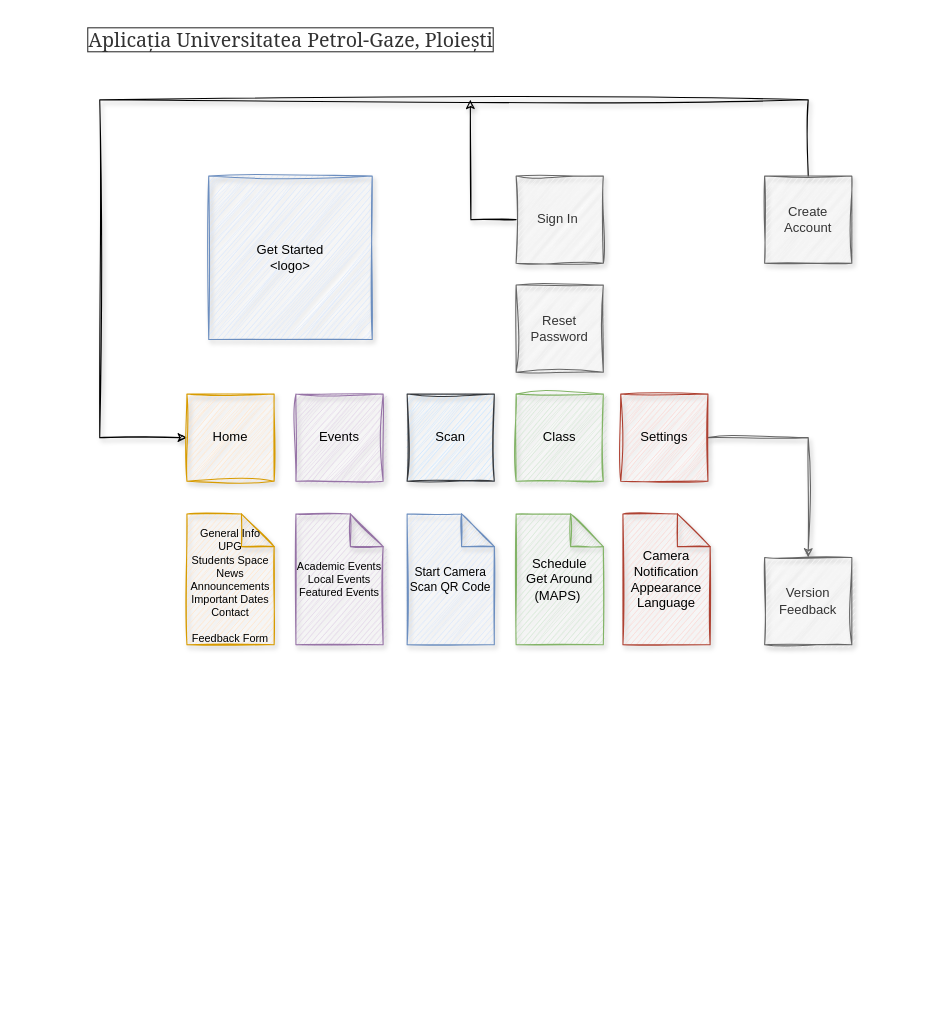
Earlier version of the draw.io diagram UPG.drawio (drak0niii/UPG). Source tidied: cells renumbered, new cells numbered last; positions are measured from the earlier drawing's top-left corner, leaving out a move shared by most shapes. Both pictures are drawn from the tidied source at 109%, with x=0, y=0 at pixel (88, 23).
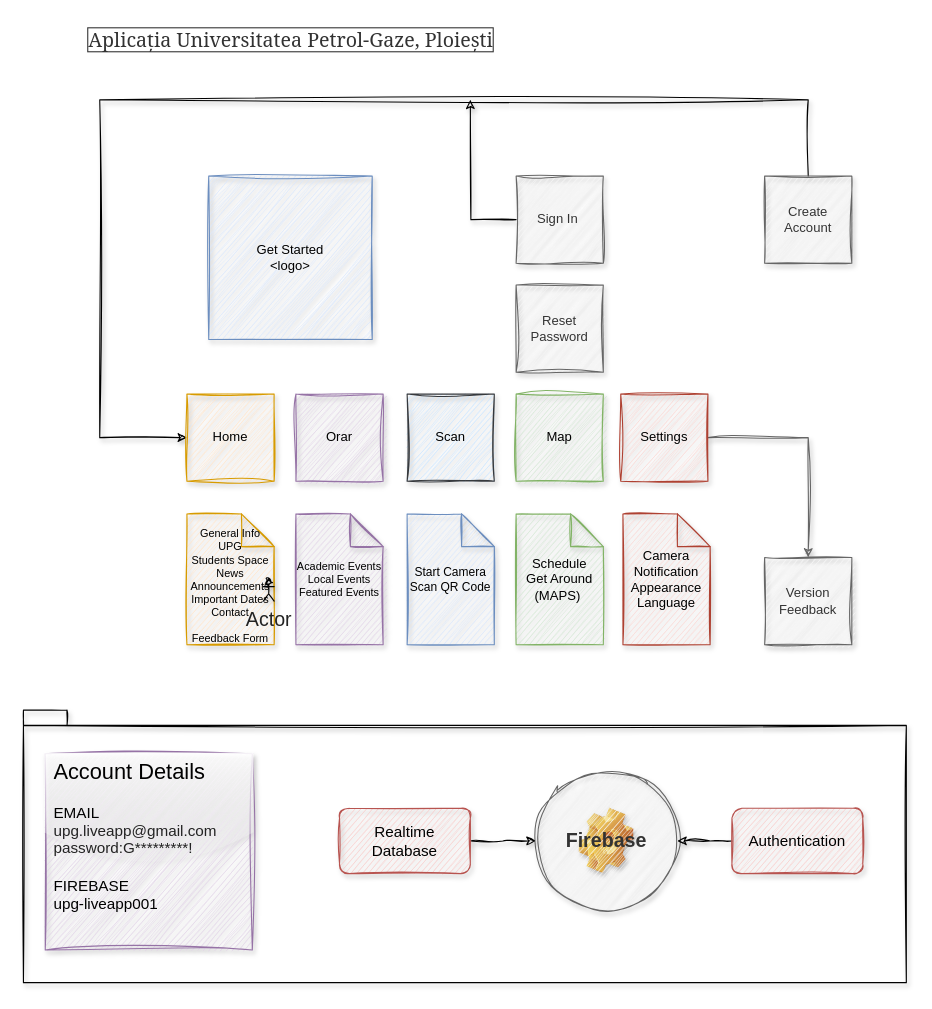
After the change.

The edit, as a diff of the source:
```diff
@@
-    <mxCell id="2" value="Class" style="whiteSpace=wrap;html=1;shadow=1;sketch=1;curveFitting=1;jiggle=2;fillColor=#d5e8d4;strokeColor=#82b366;" parent="1" vertex="1">
+    <mxCell id="2" value="Map" style="whiteSpace=wrap;html=1;shadow=1;sketch=1;curveFitting=1;jiggle=2;fillColor=#d5e8d4;strokeColor=#82b366;" parent="1" vertex="1">
       <mxGeometry x="392" y="340" width="80" height="80" as="geometry" />
     </mxCell>
@@
-    <mxCell id="11" value="Events" style="whiteSpace=wrap;html=1;shadow=1;sketch=1;curveFitting=1;jiggle=2;fillColor=#e1d5e7;strokeColor=#9673a6;" parent="1" vertex="1">
+    <mxCell id="11" value="Orar" style="whiteSpace=wrap;html=1;shadow=1;sketch=1;curveFitting=1;jiggle=2;fillColor=#e1d5e7;strokeColor=#9673a6;" parent="1" vertex="1">
       <mxGeometry x="190" y="340" width="80" height="80" as="geometry" />
     </mxCell>
@@
+    <mxCell id="21" style="shape=image;html=1;verticalLabelPosition=bottom;verticalAlign=top;imageAspect=0;image=img/clipart/Gear_128x128.png;rounded=0;shadow=1;glass=0;labelBackgroundColor=none;labelBorderColor=none;sketch=1;strokeColor=#000000;fontSize=14;fontColor=#232323;fillColor=#FFE599;gradientColor=none;" parent="1" vertex="1">
+      <mxGeometry x="450" y="720" width="50" height="60" as="geometry" />
+    </mxCell>
+    <mxCell id="22" value="Firebase" style="ellipse;whiteSpace=wrap;html=1;shadow=1;sketch=1;curveFitting=1;jiggle=2;fillColor=#f5f5f5;fontColor=#333333;strokeColor=#666666;fontSize=18;fontStyle=1;" parent="1" vertex="1">
+      <mxGeometry x="410" y="685" width="130" height="130" as="geometry" />
+    </mxCell>
+    <mxCell id="23" value="&lt;font style=&quot;font-size: 20px;&quot;&gt;Account Details&lt;br&gt;&lt;/font&gt;&lt;br&gt;EMAIL&lt;br&gt;&lt;font color=&quot;#232323&quot;&gt;upg.liveapp@gmail.com&lt;br&gt;password:G*********!&lt;br&gt;&lt;/font&gt;&lt;br&gt;FIREBASE&lt;br&gt;upg-liveapp001" style="text;strokeColor=#9673a6;fillColor=#e1d5e7;spacing=8;spacingTop=-8;whiteSpace=wrap;overflow=hidden;rounded=0;verticalAlign=top;fontSize=14;html=1;labelBackgroundColor=none;labelBorderColor=none;sketch=1;curveFitting=1;jiggle=2;shadow=1;glass=1;gradientColor=none;" parent="1" vertex="1">
+      <mxGeometry x="-40" y="670" width="190" height="180" as="geometry" />
+    </mxCell>
+    <mxCell id="24" style="edgeStyle=orthogonalEdgeStyle;rounded=0;jettySize=auto;html=1;fontSize=14;fontColor=#232323;sketch=1;curveFitting=1;jiggle=2;shadow=1;" parent="1" edge="1" source="25" target="22">
+      <mxGeometry relative="1" as="geometry">
+        <Array as="points">
+          <mxPoint x="380" y="750" />
+          <mxPoint x="380" y="750" />
+        </Array>
+      </mxGeometry>
+    </mxCell>
+    <mxCell id="25" value="Realtime Database" style="rounded=1;whiteSpace=wrap;html=1;shadow=1;glass=0;labelBackgroundColor=none;labelBorderColor=none;sketch=1;strokeColor=#b85450;fontSize=14;fillColor=#f8cecc;" parent="1" vertex="1">
+      <mxGeometry x="230" y="720" width="120" height="60" as="geometry" />
+    </mxCell>
+    <mxCell id="26" style="edgeStyle=orthogonalEdgeStyle;rounded=0;jettySize=auto;html=1;fontSize=14;fontColor=#232323;sketch=1;curveFitting=1;jiggle=2;shadow=1;" parent="1" edge="1" source="27" target="22">
+      <mxGeometry relative="1" as="geometry">
+        <Array as="points">
+          <mxPoint x="570" y="750" />
+          <mxPoint x="570" y="750" />
+        </Array>
+      </mxGeometry>
+    </mxCell>
+    <mxCell id="27" value="Authentication" style="rounded=1;whiteSpace=wrap;html=1;shadow=1;glass=0;labelBackgroundColor=none;labelBorderColor=none;sketch=1;strokeColor=#b85450;fontSize=14;fillColor=#f8cecc;" parent="1" vertex="1">
+      <mxGeometry x="590" y="720" width="120" height="60" as="geometry" />
+    </mxCell>
+    <mxCell id="28" style="shape=folder;fontStyle=1;spacingTop=10;tabWidth=40;tabHeight=14;tabPosition=left;html=1;rounded=0;shadow=1;glass=0;labelBackgroundColor=none;labelBorderColor=none;sketch=1;strokeColor=#000000;fontSize=18;fontColor=#232323;fillColor=none;gradientColor=none;" parent="1" vertex="1">
+      <mxGeometry x="-60" y="630" width="810" height="250" as="geometry" />
+    </mxCell>
+    <mxCell id="29" value="Actor" style="shape=umlActor;verticalLabelPosition=bottom;verticalAlign=top;html=1;rounded=0;shadow=1;glass=1;labelBackgroundColor=none;labelBorderColor=none;sketch=1;strokeColor=#000000;fontSize=18;fontColor=#232323;fillColor=none;gradientColor=none;" parent="1" vertex="1">
+      <mxGeometry x="160" y="510" width="10" height="20" as="geometry" />
+    </mxCell>
```
